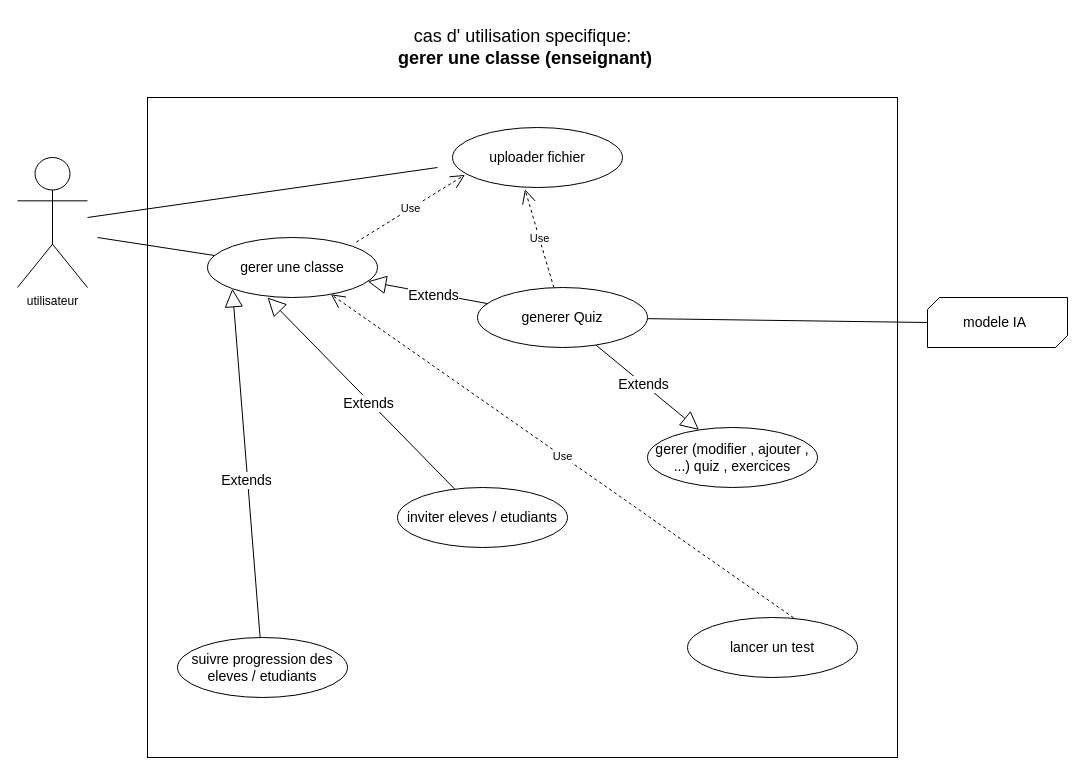
Above: page "DCU gerer une classe" (4 of 6) of resource/diagrammes uml . MAEL/use case  MAEL.drawio in OIC-Bafoussam/revise-ai (draw.io), before the change. Source tidied: cells renumbered, new cells numbered last; positions are measured from the earlier drawing's top-left corner, leaving out a move shared by most shapes. Both pictures are drawn from the tidied source at 100%, with x=0, y=0 at pixel (17, 17).
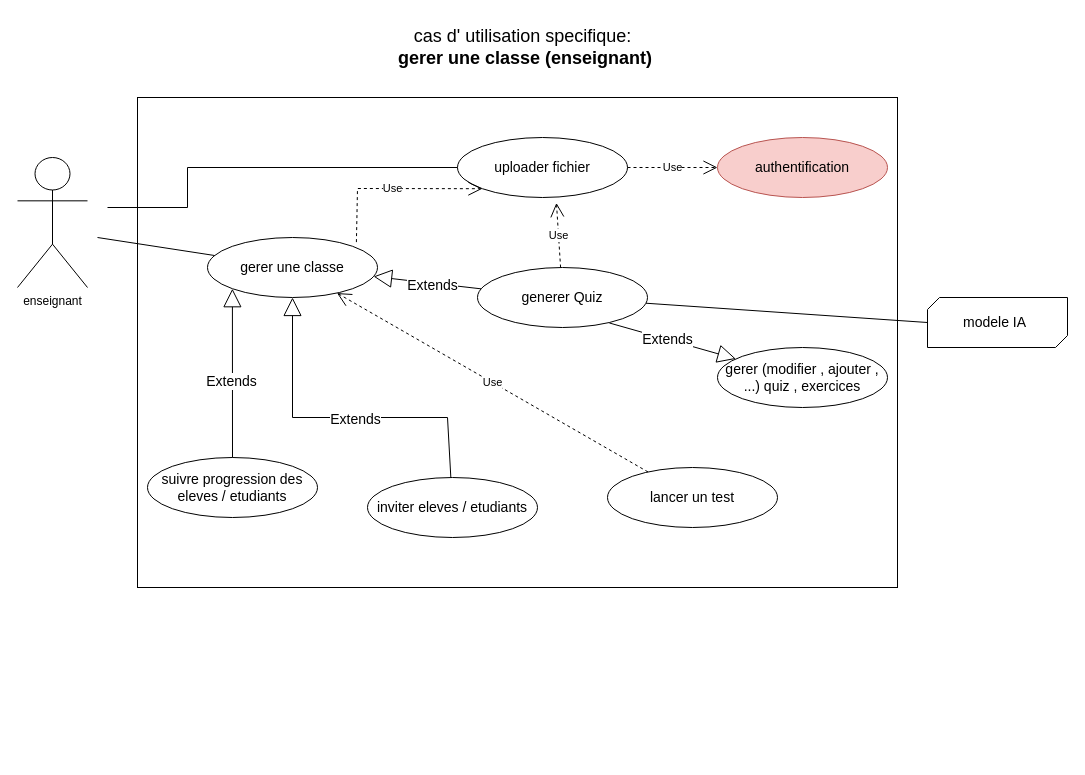
Above is the later version.

Unchanged cells that the change refers to:
```xml
<mxCell id="19" value="&lt;font style=&quot;font-size: 14px;&quot;&gt;gerer une classe&lt;/font&gt;" style="ellipse;whiteSpace=wrap;html=1;" parent="1" vertex="1">
  <mxGeometry x="190" y="220" width="170" height="60" as="geometry" />
</mxCell>
```

What changed in the source:
```diff
@@
-    <mxCell id="2" value="utilisateur&lt;br&gt;" style="shape=umlActor;verticalLabelPosition=bottom;verticalAlign=top;html=1;" parent="1" vertex="1">
+    <mxCell id="2" value="enseignant" style="shape=umlActor;verticalLabelPosition=bottom;verticalAlign=top;html=1;" parent="1" vertex="1">
       <mxGeometry y="140" width="70" height="130" as="geometry" />
     </mxCell>
     <mxCell id="3" style="rounded=0;whiteSpace=wrap;html=1;" parent="1" vertex="1">
-      <mxGeometry x="130" y="80" width="750" height="660" as="geometry" />
+      <mxGeometry x="120" y="80" width="760" height="490" as="geometry" />
     </mxCell>
     <mxCell id="4" value="&lt;font style=&quot;font-size: 14px;&quot;&gt;uploader fichier&lt;/font&gt;" style="ellipse;whiteSpace=wrap;html=1;" parent="1" vertex="1">
-      <mxGeometry x="435" y="110" width="170" height="60" as="geometry" />
+      <mxGeometry x="440" y="120" width="170" height="60" as="geometry" />
     </mxCell>
     <mxCell id="5" value="&lt;font style=&quot;font-size: 14px;&quot;&gt;inviter eleves / etudiants&lt;/font&gt;" style="ellipse;whiteSpace=wrap;html=1;" parent="1" vertex="1">
-      <mxGeometry x="380" y="470" width="170" height="60" as="geometry" />
+      <mxGeometry x="350" y="460" width="170" height="60" as="geometry" />
     </mxCell>
     <mxCell id="6" value="&lt;font style=&quot;font-size: 14px;&quot;&gt;gerer (modifier , ajouter , ...) quiz , exercices&lt;/font&gt;" style="ellipse;whiteSpace=wrap;html=1;" parent="1" vertex="1">
-      <mxGeometry x="630" y="410" width="170" height="60" as="geometry" />
+      <mxGeometry x="700" y="330" width="170" height="60" as="geometry" />
     </mxCell>
@@
     <mxCell id="8" value="&lt;font style=&quot;font-size: 14px;&quot;&gt;generer Quiz&lt;/font&gt;" style="ellipse;whiteSpace=wrap;html=1;" parent="1" vertex="1">
-      <mxGeometry x="460" y="270" width="170" height="60" as="geometry" />
+      <mxGeometry x="460" y="250" width="170" height="60" as="geometry" />
     </mxCell>
     <mxCell id="9" value="&lt;font style=&quot;font-size: 14px;&quot;&gt;lancer un test&lt;/font&gt;" style="ellipse;whiteSpace=wrap;html=1;" parent="1" vertex="1">
-      <mxGeometry x="670" y="600" width="170" height="60" as="geometry" />
+      <mxGeometry x="590" y="450" width="170" height="60" as="geometry" />
     </mxCell>
     <mxCell id="10" value="&lt;font style=&quot;font-size: 14px;&quot;&gt;suivre progression des eleves / etudiants&lt;/font&gt;" style="ellipse;whiteSpace=wrap;html=1;" parent="1" vertex="1">
-      <mxGeometry x="160" y="620" width="170" height="60" as="geometry" />
+      <mxGeometry x="130" y="440" width="170" height="60" as="geometry" />
     </mxCell>
-    <mxCell id="11" value="Use" style="endArrow=open;endSize=12;dashed=1;html=1;rounded=0;entryX=0.073;entryY=0.79;entryDx=0;entryDy=0;entryPerimeter=0;exitX=0.758;exitY=0.076;exitDx=0;exitDy=0;exitPerimeter=0;" parent="1" edge="1" target="4">
+    <mxCell id="11" value="Use" style="endArrow=open;endSize=12;dashed=1;html=1;rounded=0;entryX=0;entryY=1;entryDx=0;entryDy=0;exitX=0.758;exitY=0.076;exitDx=0;exitDy=0;exitPerimeter=0;" parent="1" edge="1" target="4">
       <mxGeometry relative="1" as="geometry">
         <mxPoint x="338.9" y="224.6" as="sourcePoint" />
+        <Array as="points">
+          <mxPoint x="340" y="171" />
+        </Array>
       </mxGeometry>
     </mxCell>
-    <mxCell id="12" value="Use" style="endArrow=open;endSize=12;dashed=1;html=1;rounded=0;entryX=0.426;entryY=1.029;entryDx=0;entryDy=0;entryPerimeter=0;" parent="1" edge="1" source="8" target="4">
+    <mxCell id="12" value="Use" style="endArrow=open;endSize=12;dashed=1;html=1;rounded=0;entryX=0.582;entryY=1.09;entryDx=0;entryDy=0;entryPerimeter=0;" parent="1" edge="1" source="8" target="4">
       <mxGeometry relative="1" as="geometry" />
     </mxCell>
@@
-    <mxCell id="15" style="endArrow=none;html=1;rounded=0;entryX=0;entryY=0.5;entryDx=0;entryDy=0;" parent="1" edge="1">
+    <mxCell id="15" style="endArrow=none;html=1;rounded=0;" parent="1" edge="1" target="4">
       <mxGeometry relative="1" as="geometry">
-        <mxPoint x="70" y="200" as="sourcePoint" />
-        <mxPoint x="420" y="150" as="targetPoint" />
+        <mxPoint x="90" y="190" as="sourcePoint" />
+        <Array as="points">
+          <mxPoint x="170" y="190" />
+          <mxPoint x="170" y="150" />
+        </Array>
       </mxGeometry>
     </mxCell>
-    <mxCell id="16" value="Use" style="endArrow=open;endSize=12;dashed=1;html=1;rounded=0;exitX=0.624;exitY=0.005;exitDx=0;exitDy=0;exitPerimeter=0;" parent="1" edge="1" source="9" target="19">
-      <mxGeometry relative="1" as="geometry" />
-    </mxCell>
-    <mxCell id="17" value="Extends" style="endArrow=block;endSize=16;endFill=0;html=1;rounded=0;fontSize=14;" parent="1" edge="1" source="8" target="6">
-      <mxGeometry x="-0.09" y="1" relative="1" as="geometry">
-        <mxPoint y="1" as="offset" />
-      </mxGeometry>
+    <mxCell id="17" value="Extends" style="endArrow=block;endSize=16;endFill=0;html=1;rounded=0;fontSize=14;exitX=0.775;exitY=0.924;exitDx=0;exitDy=0;exitPerimeter=0;" parent="1" edge="1" source="8" target="6">
+      <mxGeometry x="-0.08" relative="1" as="geometry" />
     </mxCell>
@@
-    <mxCell id="21" value="Extends" style="endArrow=block;endSize=16;endFill=0;html=1;rounded=0;fontSize=14;" parent="1" edge="1" source="5">
+    <mxCell id="21" value="Extends" style="endArrow=block;endSize=16;endFill=0;html=1;rounded=0;fontSize=14;entryX=0.5;entryY=1;entryDx=0;entryDy=0;" parent="1" edge="1" source="5" target="19">
       <mxGeometry x="-0.09" y="1" relative="1" as="geometry">
-        <mxPoint x="250" y="280" as="targetPoint" />
+        <Array as="points">
+          <mxPoint x="430" y="400" />
+          <mxPoint x="275" y="400" />
+        </Array>
         <mxPoint y="1" as="offset" />
       </mxGeometry>
     </mxCell>
@@
+    <mxCell id="24" value="&lt;font style=&quot;font-size: 14px;&quot;&gt;authentification&lt;/font&gt;" style="ellipse;whiteSpace=wrap;html=1;fillColor=#f8cecc;strokeColor=#b85450;" parent="1" vertex="1">
+      <mxGeometry x="700" y="120" width="170" height="60" as="geometry" />
+    </mxCell>
+    <mxCell id="25" value="Use" style="endArrow=open;endSize=12;dashed=1;html=1;rounded=0;" parent="1" edge="1" source="4" target="24">
+      <mxGeometry relative="1" as="geometry" />
+    </mxCell>
+    <mxCell id="16" value="Use" style="endArrow=open;endSize=12;dashed=1;html=1;rounded=0;" parent="1" edge="1" source="9" target="19">
+      <mxGeometry relative="1" as="geometry" />
+    </mxCell>
```
